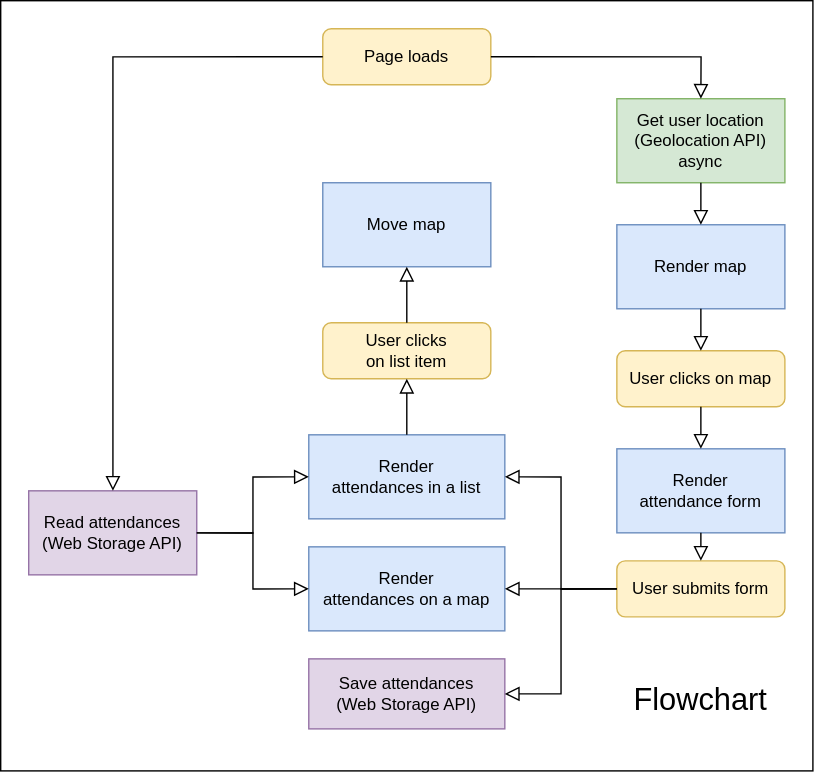
Above: class-diagram.drawio.svg in josenavarrohub/vanilla-js-eventify (draw.io), before the change. Source tidied: cells renumbered, new cells last; positions are measured from the earlier drawing's top-left corner, leaving out a move shared by most shapes. Its diagram source:
```xml
<mxGraphModel background="#FFFFFF">
  <root>
    <mxCell id="0" />
    <mxCell id="1" parent="0" />
    <mxCell id="2" style="rounded=0;whiteSpace=wrap;html=1;fontSize=16;strokeColor=default;" parent="1" vertex="1">
      <mxGeometry width="580" height="550" as="geometry" />
    </mxCell>
    <mxCell id="3" value="Flowchart" style="text;html=1;strokeColor=none;fillColor=none;align=center;verticalAlign=middle;whiteSpace=wrap;rounded=0;fontSize=22;" parent="1" vertex="1">
      <mxGeometry x="435" y="470" width="130" height="60" as="geometry" />
    </mxCell>
    <mxCell id="4" value="Page loads" style="rounded=1;whiteSpace=wrap;html=1;fontSize=12;glass=0;strokeWidth=1;shadow=0;fillColor=#fff2cc;strokeColor=#d6b656;" parent="1" vertex="1">
      <mxGeometry x="230" y="20" width="120" height="40" as="geometry" />
    </mxCell>
    <mxCell id="5" value="Get user location&lt;br&gt;(Geolocation API)&lt;br&gt;async" style="rounded=0;whiteSpace=wrap;html=1;fillColor=#d5e8d4;strokeColor=#82b366;" parent="1" vertex="1">
      <mxGeometry x="440" y="70" width="120" height="60" as="geometry" />
    </mxCell>
    <mxCell id="6" value="Render map" style="rounded=0;whiteSpace=wrap;html=1;fillColor=#dae8fc;strokeColor=#6c8ebf;" parent="1" vertex="1">
      <mxGeometry x="440" y="160" width="120" height="60" as="geometry" />
    </mxCell>
    <mxCell id="7" value="User clicks on map" style="rounded=1;whiteSpace=wrap;html=1;fontSize=12;glass=0;strokeWidth=1;shadow=0;fillColor=#fff2cc;strokeColor=#d6b656;" parent="1" vertex="1">
      <mxGeometry x="440" y="250" width="120" height="40" as="geometry" />
    </mxCell>
    <mxCell id="8" value="Render&lt;br&gt;attendance form" style="rounded=0;whiteSpace=wrap;html=1;fillColor=#dae8fc;strokeColor=#6c8ebf;" parent="1" vertex="1">
      <mxGeometry x="440" y="320" width="120" height="60" as="geometry" />
    </mxCell>
    <mxCell id="9" value="User submits form" style="rounded=1;whiteSpace=wrap;html=1;fontSize=12;glass=0;strokeWidth=1;shadow=0;fillColor=#fff2cc;strokeColor=#d6b656;" parent="1" vertex="1">
      <mxGeometry x="440" y="400" width="120" height="40" as="geometry" />
    </mxCell>
    <mxCell id="10" value="Render&lt;br&gt;attendances in a list" style="rounded=0;whiteSpace=wrap;html=1;fillColor=#dae8fc;strokeColor=#6c8ebf;" parent="1" vertex="1">
      <mxGeometry x="220" y="310" width="140" height="60" as="geometry" />
    </mxCell>
    <mxCell id="11" value="Render&lt;br&gt;attendances on a map" style="rounded=0;whiteSpace=wrap;html=1;fillColor=#dae8fc;strokeColor=#6c8ebf;" parent="1" vertex="1">
      <mxGeometry x="220" y="390" width="140" height="60" as="geometry" />
    </mxCell>
    <mxCell id="12" value="Read attendances&lt;br&gt;(Web Storage API)" style="rounded=0;whiteSpace=wrap;html=1;fillColor=#e1d5e7;strokeColor=#9673a6;" parent="1" vertex="1">
      <mxGeometry x="20" y="350" width="120" height="60" as="geometry" />
    </mxCell>
    <mxCell id="13" style="rounded=0;html=1;jettySize=auto;fontSize=11;endArrow=block;endFill=0;endSize=8;strokeWidth=1;shadow=0;labelBackgroundColor=none;edgeStyle=orthogonalEdgeStyle;exitX=0;exitY=0.5;exitDx=0;exitDy=0;" parent="1" edge="1" source="4" target="12">
      <mxGeometry relative="1" as="geometry" />
    </mxCell>
    <mxCell id="14" style="rounded=0;html=1;jettySize=auto;fontSize=11;endArrow=block;endFill=0;endSize=8;strokeWidth=1;shadow=0;labelBackgroundColor=none;edgeStyle=orthogonalEdgeStyle;entryX=0.5;entryY=0;entryDx=0;entryDy=0;exitX=1;exitY=0.5;exitDx=0;exitDy=0;" parent="1" edge="1" source="4" target="5">
      <mxGeometry relative="1" as="geometry" />
    </mxCell>
    <mxCell id="15" value="Save attendances&lt;br&gt;(Web Storage API)" style="rounded=0;whiteSpace=wrap;html=1;fillColor=#e1d5e7;strokeColor=#9673a6;" parent="1" vertex="1">
      <mxGeometry x="220" y="470" width="140" height="50" as="geometry" />
    </mxCell>
    <mxCell id="16" style="rounded=0;html=1;jettySize=auto;fontSize=11;endArrow=block;endFill=0;endSize=8;strokeWidth=1;shadow=0;labelBackgroundColor=none;edgeStyle=orthogonalEdgeStyle;entryX=0.5;entryY=0;entryDx=0;entryDy=0;exitX=0.5;exitY=1;exitDx=0;exitDy=0;" parent="1" edge="1" source="5" target="6">
      <mxGeometry relative="1" as="geometry" />
    </mxCell>
    <mxCell id="17" style="rounded=0;html=1;jettySize=auto;fontSize=11;endArrow=block;endFill=0;endSize=8;strokeWidth=1;shadow=0;labelBackgroundColor=none;edgeStyle=orthogonalEdgeStyle;entryX=0.5;entryY=0;entryDx=0;entryDy=0;exitX=0.5;exitY=1;exitDx=0;exitDy=0;" parent="1" edge="1" source="6" target="7">
      <mxGeometry relative="1" as="geometry" />
    </mxCell>
    <mxCell id="18" style="rounded=0;html=1;jettySize=auto;fontSize=11;endArrow=block;endFill=0;endSize=8;strokeWidth=1;shadow=0;labelBackgroundColor=none;edgeStyle=orthogonalEdgeStyle;entryX=0.5;entryY=0;entryDx=0;entryDy=0;" parent="1" edge="1" target="8">
      <mxGeometry relative="1" as="geometry">
        <mxPoint x="500" y="290" as="sourcePoint" />
      </mxGeometry>
    </mxCell>
    <mxCell id="19" style="rounded=0;html=1;jettySize=auto;fontSize=11;endArrow=block;endFill=0;endSize=8;strokeWidth=1;shadow=0;labelBackgroundColor=none;edgeStyle=orthogonalEdgeStyle;entryX=0.5;entryY=0;entryDx=0;entryDy=0;exitX=0.5;exitY=1;exitDx=0;exitDy=0;" parent="1" edge="1" source="8" target="9">
      <mxGeometry relative="1" as="geometry" />
    </mxCell>
    <mxCell id="20" style="rounded=0;html=1;jettySize=auto;fontSize=11;endArrow=block;endFill=0;endSize=8;strokeWidth=1;shadow=0;labelBackgroundColor=none;edgeStyle=orthogonalEdgeStyle;entryX=1;entryY=0.5;entryDx=0;entryDy=0;exitX=0;exitY=0.5;exitDx=0;exitDy=0;" parent="1" edge="1" source="9" target="10">
      <mxGeometry relative="1" as="geometry" />
    </mxCell>
    <mxCell id="21" style="rounded=0;html=1;jettySize=auto;fontSize=11;endArrow=block;endFill=0;endSize=8;strokeWidth=1;shadow=0;labelBackgroundColor=none;edgeStyle=orthogonalEdgeStyle;entryX=1;entryY=0.5;entryDx=0;entryDy=0;exitX=0;exitY=0.5;exitDx=0;exitDy=0;" parent="1" edge="1" source="9" target="11">
      <mxGeometry relative="1" as="geometry" />
    </mxCell>
    <mxCell id="22" style="rounded=0;html=1;jettySize=auto;fontSize=11;endArrow=block;endFill=0;endSize=8;strokeWidth=1;shadow=0;labelBackgroundColor=none;edgeStyle=orthogonalEdgeStyle;entryX=1;entryY=0.5;entryDx=0;entryDy=0;exitX=0;exitY=0.5;exitDx=0;exitDy=0;" parent="1" edge="1" source="9" target="15">
      <mxGeometry relative="1" as="geometry" />
    </mxCell>
    <mxCell id="23" style="rounded=0;html=1;jettySize=auto;fontSize=11;endArrow=block;endFill=0;endSize=8;strokeWidth=1;shadow=0;labelBackgroundColor=none;edgeStyle=orthogonalEdgeStyle;entryX=0;entryY=0.5;entryDx=0;entryDy=0;exitX=1;exitY=0.5;exitDx=0;exitDy=0;" parent="1" edge="1" source="12" target="10">
      <mxGeometry relative="1" as="geometry" />
    </mxCell>
    <mxCell id="24" style="rounded=0;html=1;jettySize=auto;fontSize=11;endArrow=block;endFill=0;endSize=8;strokeWidth=1;shadow=0;labelBackgroundColor=none;edgeStyle=orthogonalEdgeStyle;entryX=0;entryY=0.5;entryDx=0;entryDy=0;exitX=1;exitY=0.5;exitDx=0;exitDy=0;" parent="1" edge="1" source="12" target="11">
      <mxGeometry relative="1" as="geometry" />
    </mxCell>
    <mxCell id="25" value="User clicks&lt;br&gt;on list item" style="rounded=1;whiteSpace=wrap;html=1;fontSize=12;glass=0;strokeWidth=1;shadow=0;fillColor=#fff2cc;strokeColor=#d6b656;" parent="1" vertex="1">
      <mxGeometry x="230" y="230" width="120" height="40" as="geometry" />
    </mxCell>
    <mxCell id="26" style="rounded=0;html=1;jettySize=auto;fontSize=11;endArrow=block;endFill=0;endSize=8;strokeWidth=1;shadow=0;labelBackgroundColor=none;edgeStyle=orthogonalEdgeStyle;entryX=0.5;entryY=1;entryDx=0;entryDy=0;" parent="1" edge="1" source="10" target="25">
      <mxGeometry relative="1" as="geometry" />
    </mxCell>
    <mxCell id="27" value="Move map" style="rounded=0;whiteSpace=wrap;html=1;fillColor=#dae8fc;strokeColor=#6c8ebf;" parent="1" vertex="1">
      <mxGeometry x="230" y="130" width="120" height="60" as="geometry" />
    </mxCell>
    <mxCell id="28" style="rounded=0;html=1;jettySize=auto;fontSize=11;endArrow=block;endFill=0;endSize=8;strokeWidth=1;shadow=0;labelBackgroundColor=none;edgeStyle=orthogonalEdgeStyle;entryX=0.5;entryY=1;entryDx=0;entryDy=0;exitX=0.5;exitY=0;exitDx=0;exitDy=0;" parent="1" edge="1" source="25" target="27">
      <mxGeometry relative="1" as="geometry" />
    </mxCell>
  </root>
</mxGraphModel>
```
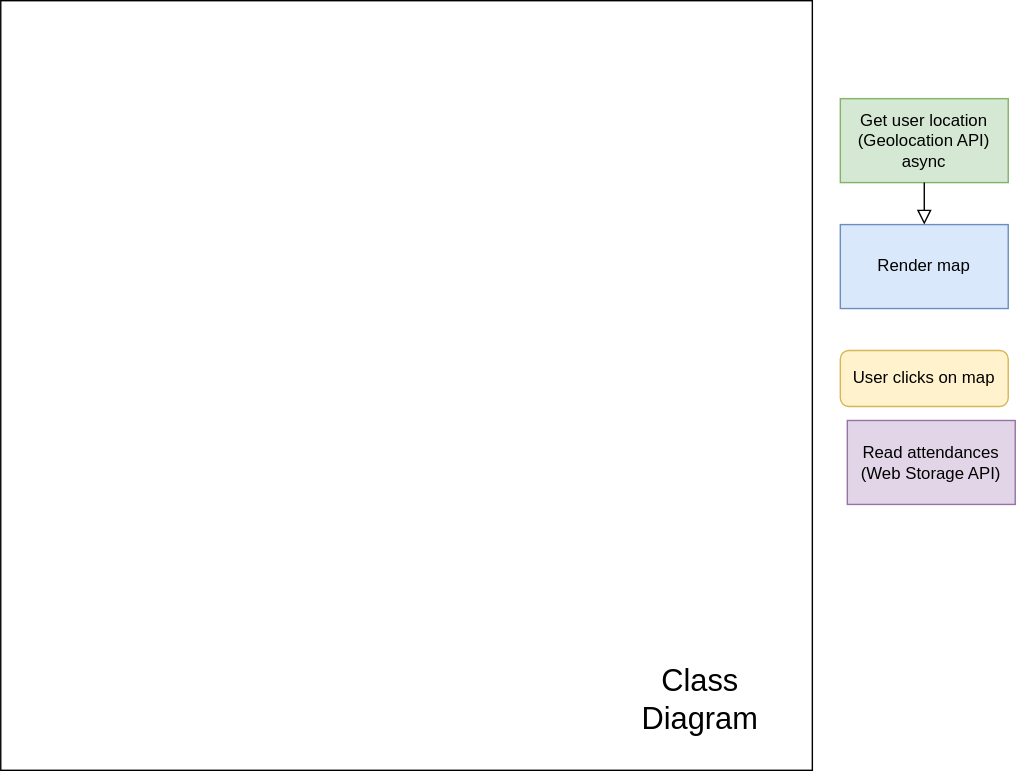
The same file after the commit.

The edit, as a diff of the source:
```diff
@@ -5,85 +5,23 @@
     <mxCell id="2" style="rounded=0;whiteSpace=wrap;html=1;fontSize=16;strokeColor=default;" parent="1" vertex="1">
       <mxGeometry width="580" height="550" as="geometry" />
     </mxCell>
-    <mxCell id="3" value="Flowchart" style="text;html=1;strokeColor=none;fillColor=none;align=center;verticalAlign=middle;whiteSpace=wrap;rounded=0;fontSize=22;" parent="1" vertex="1">
+    <mxCell id="3" value="Class Diagram" style="text;html=1;strokeColor=none;fillColor=none;align=center;verticalAlign=middle;whiteSpace=wrap;rounded=0;fontSize=22;" parent="1" vertex="1">
       <mxGeometry x="435" y="470" width="130" height="60" as="geometry" />
     </mxCell>
-    <mxCell id="4" value="Page loads" style="rounded=1;whiteSpace=wrap;html=1;fontSize=12;glass=0;strokeWidth=1;shadow=0;fillColor=#fff2cc;strokeColor=#d6b656;" parent="1" vertex="1">
-      <mxGeometry x="230" y="20" width="120" height="40" as="geometry" />
-    </mxCell>
     <mxCell id="5" value="Get user location&lt;br&gt;(Geolocation API)&lt;br&gt;async" style="rounded=0;whiteSpace=wrap;html=1;fillColor=#d5e8d4;strokeColor=#82b366;" parent="1" vertex="1">
-      <mxGeometry x="440" y="70" width="120" height="60" as="geometry" />
+      <mxGeometry x="600" y="70" width="120" height="60" as="geometry" />
     </mxCell>
     <mxCell id="6" value="Render map" style="rounded=0;whiteSpace=wrap;html=1;fillColor=#dae8fc;strokeColor=#6c8ebf;" parent="1" vertex="1">
-      <mxGeometry x="440" y="160" width="120" height="60" as="geometry" />
+      <mxGeometry x="600" y="160" width="120" height="60" as="geometry" />
     </mxCell>
     <mxCell id="7" value="User clicks on map" style="rounded=1;whiteSpace=wrap;html=1;fontSize=12;glass=0;strokeWidth=1;shadow=0;fillColor=#fff2cc;strokeColor=#d6b656;" parent="1" vertex="1">
-      <mxGeometry x="440" y="250" width="120" height="40" as="geometry" />
+      <mxGeometry x="600" y="250" width="120" height="40" as="geometry" />
     </mxCell>
-    <mxCell id="8" value="Render&lt;br&gt;attendance form" style="rounded=0;whiteSpace=wrap;html=1;fillColor=#dae8fc;strokeColor=#6c8ebf;" parent="1" vertex="1">
-      <mxGeometry x="440" y="320" width="120" height="60" as="geometry" />
-    </mxCell>
-    <mxCell id="9" value="User submits form" style="rounded=1;whiteSpace=wrap;html=1;fontSize=12;glass=0;strokeWidth=1;shadow=0;fillColor=#fff2cc;strokeColor=#d6b656;" parent="1" vertex="1">
-      <mxGeometry x="440" y="400" width="120" height="40" as="geometry" />
-    </mxCell>
-    <mxCell id="10" value="Render&lt;br&gt;attendances in a list" style="rounded=0;whiteSpace=wrap;html=1;fillColor=#dae8fc;strokeColor=#6c8ebf;" parent="1" vertex="1">
-      <mxGeometry x="220" y="310" width="140" height="60" as="geometry" />
-    </mxCell>
-    <mxCell id="11" value="Render&lt;br&gt;attendances on a map" style="rounded=0;whiteSpace=wrap;html=1;fillColor=#dae8fc;strokeColor=#6c8ebf;" parent="1" vertex="1">
-      <mxGeometry x="220" y="390" width="140" height="60" as="geometry" />
-    </mxCell>
     <mxCell id="12" value="Read attendances&lt;br&gt;(Web Storage API)" style="rounded=0;whiteSpace=wrap;html=1;fillColor=#e1d5e7;strokeColor=#9673a6;" parent="1" vertex="1">
-      <mxGeometry x="20" y="350" width="120" height="60" as="geometry" />
+      <mxGeometry x="605" y="300" width="120" height="60" as="geometry" />
     </mxCell>
-    <mxCell id="13" style="rounded=0;html=1;jettySize=auto;fontSize=11;endArrow=block;endFill=0;endSize=8;strokeWidth=1;shadow=0;labelBackgroundColor=none;edgeStyle=orthogonalEdgeStyle;exitX=0;exitY=0.5;exitDx=0;exitDy=0;" parent="1" edge="1" source="4" target="12">
-      <mxGeometry relative="1" as="geometry" />
-    </mxCell>
-    <mxCell id="14" style="rounded=0;html=1;jettySize=auto;fontSize=11;endArrow=block;endFill=0;endSize=8;strokeWidth=1;shadow=0;labelBackgroundColor=none;edgeStyle=orthogonalEdgeStyle;entryX=0.5;entryY=0;entryDx=0;entryDy=0;exitX=1;exitY=0.5;exitDx=0;exitDy=0;" parent="1" edge="1" source="4" target="5">
-      <mxGeometry relative="1" as="geometry" />
-    </mxCell>
-    <mxCell id="15" value="Save attendances&lt;br&gt;(Web Storage API)" style="rounded=0;whiteSpace=wrap;html=1;fillColor=#e1d5e7;strokeColor=#9673a6;" parent="1" vertex="1">
-      <mxGeometry x="220" y="470" width="140" height="50" as="geometry" />
-    </mxCell>
     <mxCell id="16" style="rounded=0;html=1;jettySize=auto;fontSize=11;endArrow=block;endFill=0;endSize=8;strokeWidth=1;shadow=0;labelBackgroundColor=none;edgeStyle=orthogonalEdgeStyle;entryX=0.5;entryY=0;entryDx=0;entryDy=0;exitX=0.5;exitY=1;exitDx=0;exitDy=0;" parent="1" edge="1" source="5" target="6">
       <mxGeometry relative="1" as="geometry" />
     </mxCell>
-    <mxCell id="17" style="rounded=0;html=1;jettySize=auto;fontSize=11;endArrow=block;endFill=0;endSize=8;strokeWidth=1;shadow=0;labelBackgroundColor=none;edgeStyle=orthogonalEdgeStyle;entryX=0.5;entryY=0;entryDx=0;entryDy=0;exitX=0.5;exitY=1;exitDx=0;exitDy=0;" parent="1" edge="1" source="6" target="7">
-      <mxGeometry relative="1" as="geometry" />
-    </mxCell>
-    <mxCell id="18" style="rounded=0;html=1;jettySize=auto;fontSize=11;endArrow=block;endFill=0;endSize=8;strokeWidth=1;shadow=0;labelBackgroundColor=none;edgeStyle=orthogonalEdgeStyle;entryX=0.5;entryY=0;entryDx=0;entryDy=0;" parent="1" edge="1" target="8">
-      <mxGeometry relative="1" as="geometry">
-        <mxPoint x="500" y="290" as="sourcePoint" />
-      </mxGeometry>
-    </mxCell>
-    <mxCell id="19" style="rounded=0;html=1;jettySize=auto;fontSize=11;endArrow=block;endFill=0;endSize=8;strokeWidth=1;shadow=0;labelBackgroundColor=none;edgeStyle=orthogonalEdgeStyle;entryX=0.5;entryY=0;entryDx=0;entryDy=0;exitX=0.5;exitY=1;exitDx=0;exitDy=0;" parent="1" edge="1" source="8" target="9">
-      <mxGeometry relative="1" as="geometry" />
-    </mxCell>
-    <mxCell id="20" style="rounded=0;html=1;jettySize=auto;fontSize=11;endArrow=block;endFill=0;endSize=8;strokeWidth=1;shadow=0;labelBackgroundColor=none;edgeStyle=orthogonalEdgeStyle;entryX=1;entryY=0.5;entryDx=0;entryDy=0;exitX=0;exitY=0.5;exitDx=0;exitDy=0;" parent="1" edge="1" source="9" target="10">
-      <mxGeometry relative="1" as="geometry" />
-    </mxCell>
-    <mxCell id="21" style="rounded=0;html=1;jettySize=auto;fontSize=11;endArrow=block;endFill=0;endSize=8;strokeWidth=1;shadow=0;labelBackgroundColor=none;edgeStyle=orthogonalEdgeStyle;entryX=1;entryY=0.5;entryDx=0;entryDy=0;exitX=0;exitY=0.5;exitDx=0;exitDy=0;" parent="1" edge="1" source="9" target="11">
-      <mxGeometry relative="1" as="geometry" />
-    </mxCell>
-    <mxCell id="22" style="rounded=0;html=1;jettySize=auto;fontSize=11;endArrow=block;endFill=0;endSize=8;strokeWidth=1;shadow=0;labelBackgroundColor=none;edgeStyle=orthogonalEdgeStyle;entryX=1;entryY=0.5;entryDx=0;entryDy=0;exitX=0;exitY=0.5;exitDx=0;exitDy=0;" parent="1" edge="1" source="9" target="15">
-      <mxGeometry relative="1" as="geometry" />
-    </mxCell>
-    <mxCell id="23" style="rounded=0;html=1;jettySize=auto;fontSize=11;endArrow=block;endFill=0;endSize=8;strokeWidth=1;shadow=0;labelBackgroundColor=none;edgeStyle=orthogonalEdgeStyle;entryX=0;entryY=0.5;entryDx=0;entryDy=0;exitX=1;exitY=0.5;exitDx=0;exitDy=0;" parent="1" edge="1" source="12" target="10">
-      <mxGeometry relative="1" as="geometry" />
-    </mxCell>
-    <mxCell id="24" style="rounded=0;html=1;jettySize=auto;fontSize=11;endArrow=block;endFill=0;endSize=8;strokeWidth=1;shadow=0;labelBackgroundColor=none;edgeStyle=orthogonalEdgeStyle;entryX=0;entryY=0.5;entryDx=0;entryDy=0;exitX=1;exitY=0.5;exitDx=0;exitDy=0;" parent="1" edge="1" source="12" target="11">
-      <mxGeometry relative="1" as="geometry" />
-    </mxCell>
-    <mxCell id="25" value="User clicks&lt;br&gt;on list item" style="rounded=1;whiteSpace=wrap;html=1;fontSize=12;glass=0;strokeWidth=1;shadow=0;fillColor=#fff2cc;strokeColor=#d6b656;" parent="1" vertex="1">
-      <mxGeometry x="230" y="230" width="120" height="40" as="geometry" />
-    </mxCell>
-    <mxCell id="26" style="rounded=0;html=1;jettySize=auto;fontSize=11;endArrow=block;endFill=0;endSize=8;strokeWidth=1;shadow=0;labelBackgroundColor=none;edgeStyle=orthogonalEdgeStyle;entryX=0.5;entryY=1;entryDx=0;entryDy=0;" parent="1" edge="1" source="10" target="25">
-      <mxGeometry relative="1" as="geometry" />
-    </mxCell>
-    <mxCell id="27" value="Move map" style="rounded=0;whiteSpace=wrap;html=1;fillColor=#dae8fc;strokeColor=#6c8ebf;" parent="1" vertex="1">
-      <mxGeometry x="230" y="130" width="120" height="60" as="geometry" />
-    </mxCell>
-    <mxCell id="28" style="rounded=0;html=1;jettySize=auto;fontSize=11;endArrow=block;endFill=0;endSize=8;strokeWidth=1;shadow=0;labelBackgroundColor=none;edgeStyle=orthogonalEdgeStyle;entryX=0.5;entryY=1;entryDx=0;entryDy=0;exitX=0.5;exitY=0;exitDx=0;exitDy=0;" parent="1" edge="1" source="25" target="27">
-      <mxGeometry relative="1" as="geometry" />
-    </mxCell>
   </root>
 </mxGraphModel>
```
